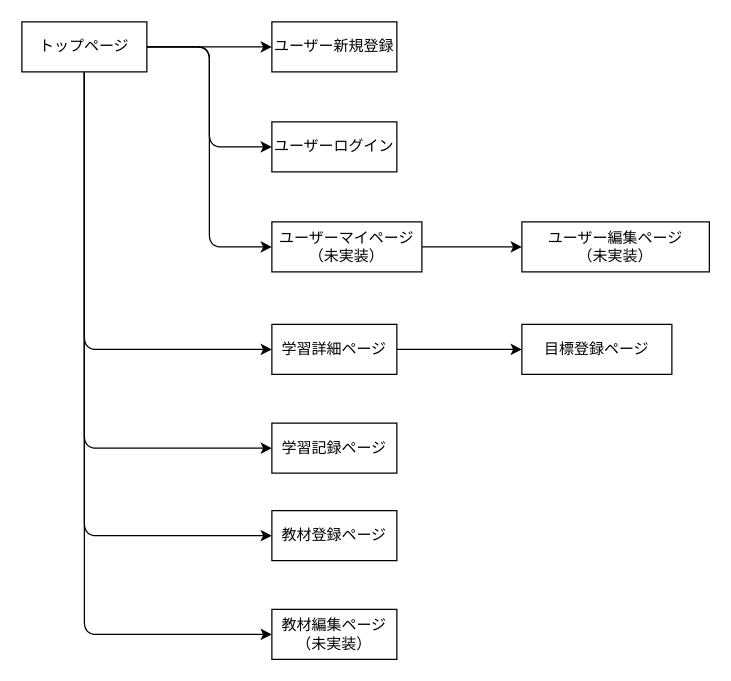
Earlier version of the draw.io diagram screen.dio (MashiKimura/learning). Source tidied: cells renumbered, new cells numbered last; positions are measured from the earlier drawing's top-left corner, leaving out a move shared by most shapes. Both pictures are drawn from the tidied source at 125%, with x=0, y=0 at pixel (21, 21).
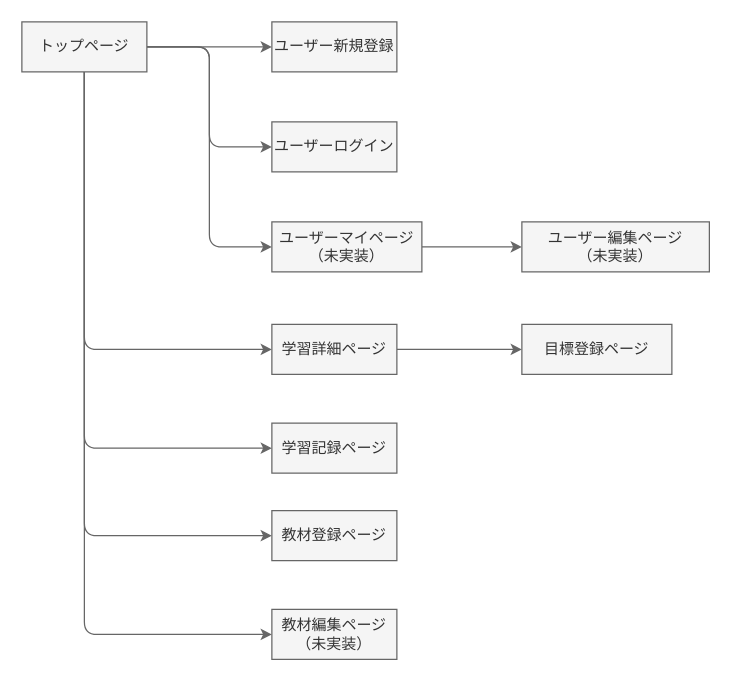
Above is the later version.

Diff of the diagram source:
```diff
@@
-<mxGraphModel>
+<mxGraphModel background="#ffffff">
@@
-    <mxCell id="2" style="edgeStyle=none;html=1;exitX=1;exitY=0.5;exitDx=0;exitDy=0;" parent="1" edge="1" source="8" target="9">
+    <mxCell id="2" style="edgeStyle=none;html=1;exitX=1;exitY=0.5;exitDx=0;exitDy=0;fillColor=#f5f5f5;strokeColor=#666666;" parent="1" edge="1" source="8" target="9">
       <mxGeometry relative="1" as="geometry" />
     </mxCell>
-    <mxCell id="3" style="edgeStyle=orthogonalEdgeStyle;html=1;exitX=1;exitY=0.5;exitDx=0;exitDy=0;entryX=0;entryY=0.5;entryDx=0;entryDy=0;" parent="1" edge="1" source="8" target="10">
+    <mxCell id="3" style="edgeStyle=orthogonalEdgeStyle;html=1;exitX=1;exitY=0.5;exitDx=0;exitDy=0;entryX=0;entryY=0.5;entryDx=0;entryDy=0;fillColor=#f5f5f5;strokeColor=#666666;" parent="1" edge="1" source="8" target="10">
       <mxGeometry relative="1" as="geometry" />
     </mxCell>
-    <mxCell id="4" style="edgeStyle=orthogonalEdgeStyle;html=1;exitX=1;exitY=0.5;exitDx=0;exitDy=0;entryX=0;entryY=0.5;entryDx=0;entryDy=0;" parent="1" edge="1" source="8" target="12">
+    <mxCell id="4" style="edgeStyle=orthogonalEdgeStyle;html=1;exitX=1;exitY=0.5;exitDx=0;exitDy=0;entryX=0;entryY=0.5;entryDx=0;entryDy=0;fillColor=#f5f5f5;strokeColor=#666666;" parent="1" edge="1" source="8" target="12">
       <mxGeometry relative="1" as="geometry" />
     </mxCell>
-    <mxCell id="5" style="edgeStyle=orthogonalEdgeStyle;html=1;exitX=0.5;exitY=1;exitDx=0;exitDy=0;entryX=0;entryY=0.5;entryDx=0;entryDy=0;" parent="1" edge="1" source="8" target="15">
+    <mxCell id="5" style="edgeStyle=orthogonalEdgeStyle;html=1;exitX=0.5;exitY=1;exitDx=0;exitDy=0;entryX=0;entryY=0.5;entryDx=0;entryDy=0;fillColor=#f5f5f5;strokeColor=#666666;" parent="1" edge="1" source="8" target="15">
       <mxGeometry relative="1" as="geometry" />
     </mxCell>
-    <mxCell id="6" style="edgeStyle=orthogonalEdgeStyle;html=1;exitX=0.5;exitY=1;exitDx=0;exitDy=0;entryX=0;entryY=0.5;entryDx=0;entryDy=0;" parent="1" edge="1" source="8" target="17">
+    <mxCell id="6" style="edgeStyle=orthogonalEdgeStyle;html=1;exitX=0.5;exitY=1;exitDx=0;exitDy=0;entryX=0;entryY=0.5;entryDx=0;entryDy=0;fillColor=#f5f5f5;strokeColor=#666666;" parent="1" edge="1" source="8" target="17">
       <mxGeometry relative="1" as="geometry" />
     </mxCell>
-    <mxCell id="7" style="edgeStyle=orthogonalEdgeStyle;html=1;exitX=0.5;exitY=1;exitDx=0;exitDy=0;entryX=0;entryY=0.5;entryDx=0;entryDy=0;" parent="1" edge="1" source="8" target="20">
+    <mxCell id="7" style="edgeStyle=orthogonalEdgeStyle;html=1;exitX=0.5;exitY=1;exitDx=0;exitDy=0;entryX=0;entryY=0.5;entryDx=0;entryDy=0;fillColor=#f5f5f5;strokeColor=#666666;" parent="1" edge="1" source="8" target="20">
       <mxGeometry relative="1" as="geometry" />
     </mxCell>
-    <mxCell id="8" value="トップページ" style="rounded=1;arcSize=0;whiteSpace=wrap;html=1;align=center;" parent="1" vertex="1">
+    <mxCell id="8" value="トップページ" style="rounded=1;arcSize=0;whiteSpace=wrap;html=1;align=center;fillColor=#f5f5f5;fontColor=#333333;strokeColor=#666666;" parent="1" vertex="1">
       <mxGeometry width="100" height="40" as="geometry" />
     </mxCell>
-    <mxCell id="9" value="ユーザー新規登録" style="whiteSpace=wrap;html=1;align=center;" parent="1" vertex="1">
+    <mxCell id="9" value="ユーザー新規登録" style="whiteSpace=wrap;html=1;align=center;fillColor=#f5f5f5;fontColor=#333333;strokeColor=#666666;" parent="1" vertex="1">
       <mxGeometry x="200" width="100" height="40" as="geometry" />
     </mxCell>
-    <mxCell id="10" value="ユーザーログイン" style="whiteSpace=wrap;html=1;align=center;" parent="1" vertex="1">
+    <mxCell id="10" value="ユーザーログイン" style="whiteSpace=wrap;html=1;align=center;fillColor=#f5f5f5;fontColor=#333333;strokeColor=#666666;" parent="1" vertex="1">
       <mxGeometry x="200" y="80" width="100" height="40" as="geometry" />
     </mxCell>
-    <mxCell id="11" style="edgeStyle=orthogonalEdgeStyle;html=1;exitX=1;exitY=0.5;exitDx=0;exitDy=0;entryX=0;entryY=0.5;entryDx=0;entryDy=0;" parent="1" edge="1" source="12" target="13">
+    <mxCell id="11" style="edgeStyle=orthogonalEdgeStyle;html=1;exitX=1;exitY=0.5;exitDx=0;exitDy=0;entryX=0;entryY=0.5;entryDx=0;entryDy=0;fillColor=#f5f5f5;strokeColor=#666666;" parent="1" edge="1" source="12" target="13">
       <mxGeometry relative="1" as="geometry" />
     </mxCell>
-    <mxCell id="12" value="ユーザーマイページ&lt;br&gt;（未実装）" style="whiteSpace=wrap;html=1;align=center;" parent="1" vertex="1">
+    <mxCell id="12" value="ユーザーマイページ&lt;br&gt;（未実装）" style="whiteSpace=wrap;html=1;align=center;fillColor=#f5f5f5;fontColor=#333333;strokeColor=#666666;" parent="1" vertex="1">
       <mxGeometry x="200" y="160" width="120" height="40" as="geometry" />
     </mxCell>
-    <mxCell id="13" value="ユーザー編集ページ&lt;br&gt;（未実装）" style="whiteSpace=wrap;html=1;align=center;" parent="1" vertex="1">
+    <mxCell id="13" value="ユーザー編集ページ&lt;br&gt;（未実装）" style="whiteSpace=wrap;html=1;align=center;fillColor=#f5f5f5;fontColor=#333333;strokeColor=#666666;" parent="1" vertex="1">
       <mxGeometry x="400" y="160" width="150" height="40" as="geometry" />
     </mxCell>
-    <mxCell id="14" style="edgeStyle=orthogonalEdgeStyle;html=1;exitX=1;exitY=0.5;exitDx=0;exitDy=0;entryX=0;entryY=0.5;entryDx=0;entryDy=0;" parent="1" edge="1" source="15" target="16">
+    <mxCell id="14" style="edgeStyle=orthogonalEdgeStyle;html=1;exitX=1;exitY=0.5;exitDx=0;exitDy=0;entryX=0;entryY=0.5;entryDx=0;entryDy=0;fillColor=#f5f5f5;strokeColor=#666666;" parent="1" edge="1" source="15" target="16">
       <mxGeometry relative="1" as="geometry" />
     </mxCell>
-    <mxCell id="15" value="学習詳細ページ" style="whiteSpace=wrap;html=1;align=center;" parent="1" vertex="1">
+    <mxCell id="15" value="学習詳細ページ" style="whiteSpace=wrap;html=1;align=center;fillColor=#f5f5f5;fontColor=#333333;strokeColor=#666666;" parent="1" vertex="1">
       <mxGeometry x="200" y="242" width="100" height="40" as="geometry" />
     </mxCell>
-    <mxCell id="16" value="目標登録ページ" style="whiteSpace=wrap;html=1;align=center;" parent="1" vertex="1">
+    <mxCell id="16" value="目標登録ページ" style="whiteSpace=wrap;html=1;align=center;fillColor=#f5f5f5;fontColor=#333333;strokeColor=#666666;" parent="1" vertex="1">
       <mxGeometry x="400" y="242" width="120" height="40" as="geometry" />
     </mxCell>
-    <mxCell id="17" value="学習記録ページ" style="whiteSpace=wrap;html=1;align=center;" parent="1" vertex="1">
+    <mxCell id="17" value="学習記録ページ" style="whiteSpace=wrap;html=1;align=center;fillColor=#f5f5f5;fontColor=#333333;strokeColor=#666666;" parent="1" vertex="1">
       <mxGeometry x="200" y="321" width="100" height="40" as="geometry" />
     </mxCell>
-    <mxCell id="18" style="edgeStyle=orthogonalEdgeStyle;html=1;exitX=0;exitY=0.5;exitDx=0;exitDy=0;entryX=0.5;entryY=1;entryDx=0;entryDy=0;startArrow=classic;startFill=1;endArrow=none;endFill=0;" parent="1" edge="1" source="19" target="8">
+    <mxCell id="18" style="edgeStyle=orthogonalEdgeStyle;html=1;exitX=0;exitY=0.5;exitDx=0;exitDy=0;entryX=0.5;entryY=1;entryDx=0;entryDy=0;startArrow=classic;startFill=1;endArrow=none;endFill=0;fillColor=#f5f5f5;strokeColor=#666666;" parent="1" edge="1" source="19" target="8">
       <mxGeometry relative="1" as="geometry" />
     </mxCell>
-    <mxCell id="19" value="教材登録ページ" style="whiteSpace=wrap;html=1;align=center;" parent="1" vertex="1">
+    <mxCell id="19" value="教材登録ページ" style="whiteSpace=wrap;html=1;align=center;fillColor=#f5f5f5;fontColor=#333333;strokeColor=#666666;" parent="1" vertex="1">
       <mxGeometry x="200" y="391" width="100" height="40" as="geometry" />
     </mxCell>
-    <mxCell id="20" value="教材編集ページ&lt;br&gt;（未実装）" style="rounded=0;whiteSpace=wrap;html=1;" parent="1" vertex="1">
+    <mxCell id="20" value="教材編集ページ&lt;br&gt;（未実装）" style="rounded=0;whiteSpace=wrap;html=1;fillColor=#f5f5f5;fontColor=#333333;strokeColor=#666666;" parent="1" vertex="1">
       <mxGeometry x="200" y="470" width="100" height="40" as="geometry" />
     </mxCell>
```
